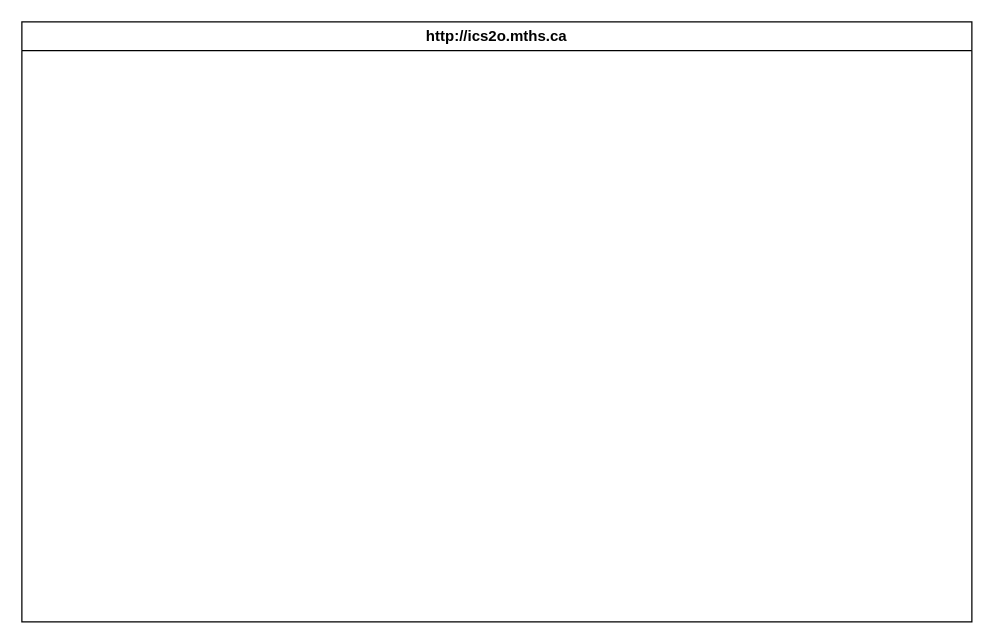
Above: design/storyboard.drawio in MTHS-ICS2O-2-2022/ICS2O-Unit-5-01-Mohamad-Tanbari (draw.io), before the change. Source tidied: cells renumbered, new cells numbered last; positions are measured from the earlier drawing's top-left corner, leaving out a move shared by most shapes. Both pictures are drawn from the tidied source at 125%, with x=0, y=0 at pixel (21, 21).
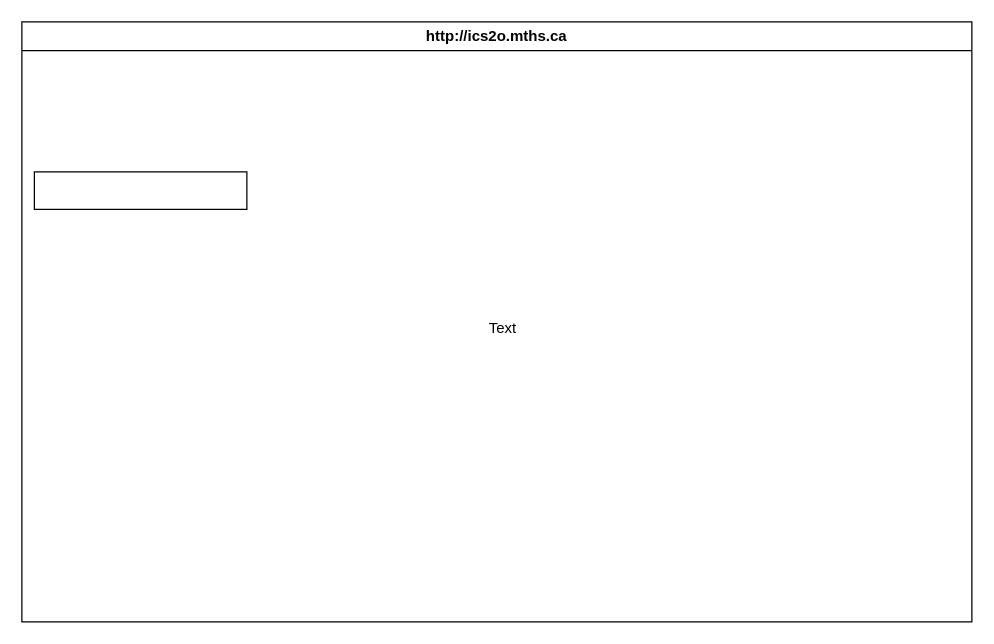
The same diagram, later.

The edit, as a diff of the source:
```diff
@@
 <mxGraphModel>
   <root>
     <mxCell id="0" />
     <mxCell id="1" parent="0" />
     <mxCell id="2" value="http://ics2o.mths.ca" style="swimlane;whiteSpace=wrap;html=1;" parent="1" vertex="1">
       <mxGeometry width="760" height="480" as="geometry" />
     </mxCell>
+    <mxCell id="3" style="rounded=0;whiteSpace=wrap;html=1;" parent="2" vertex="1">
+      <mxGeometry x="10" y="120" width="170" height="30" as="geometry" />
+    </mxCell>
+    <mxCell id="4" value="Text" style="text;html=1;strokeColor=none;fillColor=none;align=center;verticalAlign=middle;whiteSpace=wrap;rounded=0;" parent="1" vertex="1">
+      <mxGeometry x="250" y="200" width="270" height="90" as="geometry" />
+    </mxCell>
   </root>
 </mxGraphModel>
```
